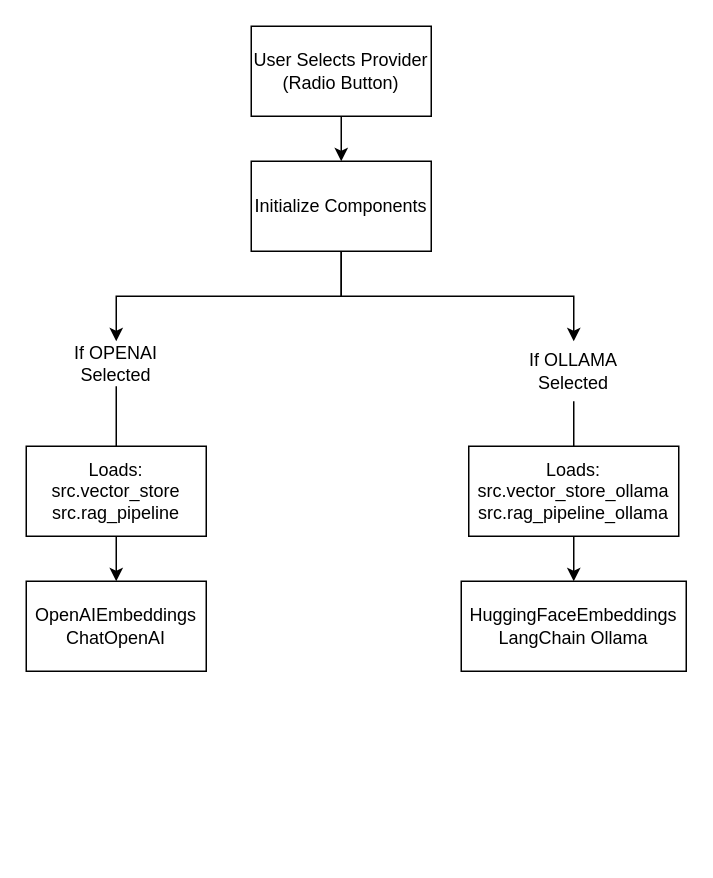
Above: page "Strategy Pattern for Providers" (2 of 4) of architecture.drawio in JaideepBgit/Mini-RAG-Assistant (draw.io), before the change. Source tidied: cells renumbered, new cells numbered last; positions are measured from the earlier drawing's top-left corner, leaving out a move shared by most shapes. Both pictures are drawn from the tidied source at 150%, with x=0, y=0 at pixel (26, 26).
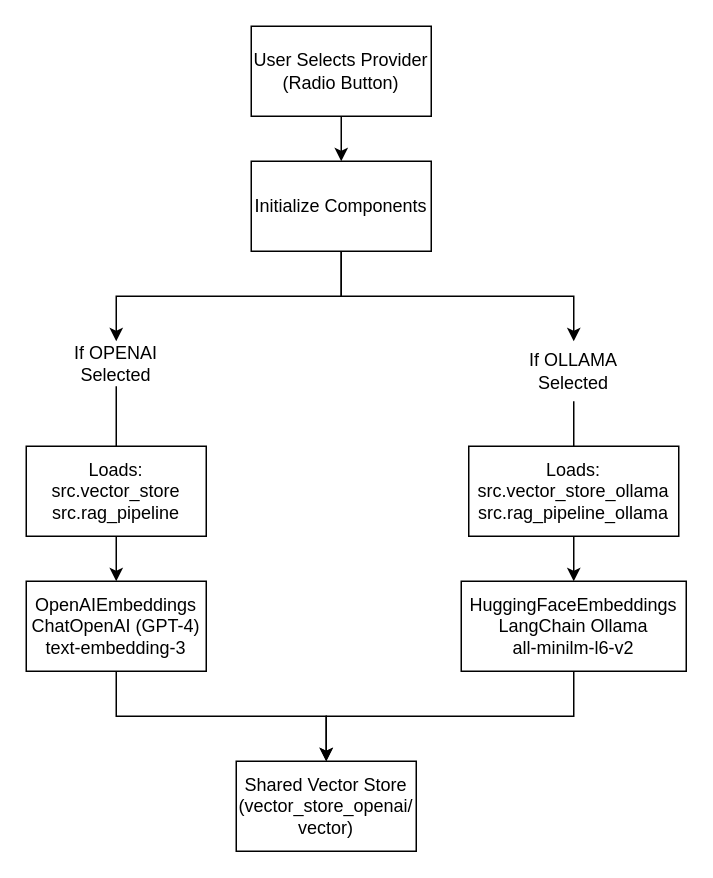
The same diagram, later.

Change to the diagram source:
```diff
@@
 <mxGraphModel>
   <root>
     <mxCell id="0" />
     <mxCell id="1" parent="0" />
     <mxCell id="2" value="User Selects Provider&lt;div&gt;(Radio Button)&lt;/div&gt;" style="rounded=0;whiteSpace=wrap;html=1;" parent="1" vertex="1">
       <mxGeometry x="150" width="120" height="60" as="geometry" />
     </mxCell>
     <mxCell id="3" value="Initialize Components" style="rounded=0;whiteSpace=wrap;html=1;" parent="1" vertex="1">
       <mxGeometry x="150" y="90" width="120" height="60" as="geometry" />
     </mxCell>
     <mxCell id="4" value="If OPENAI Selected" style="text;html=1;align=center;verticalAlign=middle;whiteSpace=wrap;rounded=0;" parent="1" vertex="1">
       <mxGeometry x="30" y="210" width="60" height="30" as="geometry" />
     </mxCell>
     <mxCell id="5" value="If OLLAMA Selected" style="text;html=1;align=center;verticalAlign=middle;whiteSpace=wrap;rounded=0;" parent="1" vertex="1">
       <mxGeometry x="315" y="210" width="100" height="40" as="geometry" />
     </mxCell>
     <mxCell id="6" value="Loads:&lt;div&gt;src.vector_store&lt;/div&gt;&lt;div&gt;src.rag_pipeline&lt;/div&gt;" style="rounded=0;whiteSpace=wrap;html=1;" parent="1" vertex="1">
       <mxGeometry y="280" width="120" height="60" as="geometry" />
     </mxCell>
-    <mxCell id="7" value="OpenAIEmbeddings&lt;div&gt;ChatOpenAI&lt;/div&gt;" style="rounded=0;whiteSpace=wrap;html=1;" parent="1" vertex="1">
+    <mxCell id="7" value="OpenAIEmbeddings&lt;div&gt;ChatOpenAI (GPT-4)&lt;/div&gt;&lt;div&gt;text-embedding-3&lt;/div&gt;" style="rounded=0;whiteSpace=wrap;html=1;" parent="1" vertex="1">
       <mxGeometry y="370" width="120" height="60" as="geometry" />
     </mxCell>
     <mxCell id="8" value="Loads:&lt;div&gt;src.vector_store_ollama&lt;/div&gt;&lt;div&gt;src.rag_pipeline_ollama&lt;/div&gt;" style="rounded=0;whiteSpace=wrap;html=1;" parent="1" vertex="1">
       <mxGeometry x="295" y="280" width="140" height="60" as="geometry" />
     </mxCell>
-    <mxCell id="9" value="HuggingFaceEmbeddings&lt;div&gt;LangChain Ollama&lt;/div&gt;" style="rounded=0;whiteSpace=wrap;html=1;" parent="1" vertex="1">
+    <mxCell id="9" value="HuggingFaceEmbeddings&lt;div&gt;LangChain Ollama&lt;/div&gt;&lt;div&gt;all-minilm-l6-v2&lt;/div&gt;" style="rounded=0;whiteSpace=wrap;html=1;" parent="1" vertex="1">
       <mxGeometry x="290" y="370" width="150" height="60" as="geometry" />
     </mxCell>
     <mxCell id="10" style="endArrow=classic;html=1;rounded=0;exitX=0.5;exitY=1;exitDx=0;exitDy=0;entryX=0.5;entryY=0;entryDx=0;entryDy=0;edgeStyle=orthogonalEdgeStyle;" parent="1" edge="1" source="3" target="4">
       <mxGeometry relative="1" as="geometry" />
     </mxCell>
     <mxCell id="11" style="endArrow=classic;html=1;rounded=0;exitX=0.5;exitY=1;exitDx=0;exitDy=0;entryX=0.5;entryY=0;entryDx=0;entryDy=0;edgeStyle=orthogonalEdgeStyle;" parent="1" edge="1" source="3" target="5">
       <mxGeometry relative="1" as="geometry" />
     </mxCell>
     <mxCell id="12" style="endArrow=none;html=1;rounded=0;exitX=0.5;exitY=0;exitDx=0;exitDy=0;entryX=0.5;entryY=1;entryDx=0;entryDy=0;" parent="1" edge="1" source="6" target="4">
       <mxGeometry relative="1" as="geometry" />
     </mxCell>
     <mxCell id="13" style="endArrow=none;html=1;rounded=0;exitX=0.5;exitY=0;exitDx=0;exitDy=0;entryX=0.5;entryY=1;entryDx=0;entryDy=0;" parent="1" edge="1" source="8" target="5">
       <mxGeometry relative="1" as="geometry" />
     </mxCell>
     <mxCell id="14" style="endArrow=classic;html=1;rounded=0;exitX=0.5;exitY=1;exitDx=0;exitDy=0;entryX=0.5;entryY=0;entryDx=0;entryDy=0;" parent="1" edge="1" source="6" target="7">
       <mxGeometry relative="1" as="geometry" />
     </mxCell>
     <mxCell id="15" style="endArrow=classic;html=1;rounded=0;exitX=0.5;exitY=1;exitDx=0;exitDy=0;" parent="1" edge="1" source="8" target="9">
       <mxGeometry relative="1" as="geometry" />
     </mxCell>
     <mxCell id="16" style="endArrow=classic;html=1;rounded=0;exitX=0.5;exitY=1;exitDx=0;exitDy=0;entryX=0.5;entryY=0;entryDx=0;entryDy=0;" parent="1" edge="1" source="2" target="3">
       <mxGeometry relative="1" as="geometry" />
     </mxCell>
+    <mxCell id="17" value="Shared Vector Store&lt;div&gt;(vector_store_openai/&lt;/div&gt;&lt;div&gt;vector)&lt;/div&gt;" style="rounded=0;whiteSpace=wrap;html=1;" parent="1" vertex="1">
+      <mxGeometry x="140" y="490" width="120" height="60" as="geometry" />
+    </mxCell>
+    <mxCell id="18" style="endArrow=classic;html=1;rounded=0;exitX=0.5;exitY=1;exitDx=0;exitDy=0;entryX=0.5;entryY=0;entryDx=0;entryDy=0;edgeStyle=orthogonalEdgeStyle;" parent="1" edge="1" source="7" target="17">
+      <mxGeometry relative="1" as="geometry" />
+    </mxCell>
+    <mxCell id="19" style="endArrow=classic;html=1;rounded=0;exitX=0.5;exitY=1;exitDx=0;exitDy=0;entryX=0.5;entryY=0;entryDx=0;entryDy=0;edgeStyle=orthogonalEdgeStyle;" parent="1" edge="1" source="9" target="17">
+      <mxGeometry relative="1" as="geometry" />
+    </mxCell>
   </root>
 </mxGraphModel>
```
